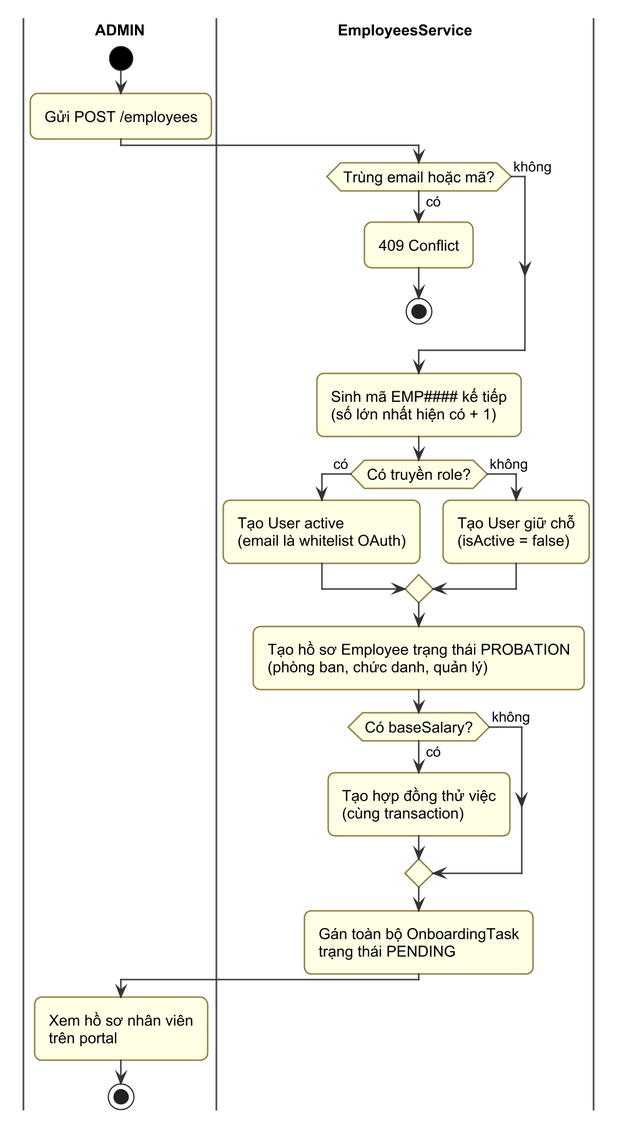
The PlantUML diagram docs/diagrams/H4-11-employee-create.png in NguyenDang182005/khoa-luan, before a commit. Source of this version:
```plantuml
@startuml
skinparamlocked dpi 180
!include _style.iuml
|ADMIN|
start
:Gửi POST /employees;
|EmployeesService|
if (Trùng email hoặc mã?) then (có)
  :409 Conflict;
  stop
else (không)
endif
:Sinh mã EMP#### kế tiếp
(số lớn nhất hiện có + 1);
if (Có truyền role?) then (có)
  :Tạo User active
  (email là whitelist OAuth);
else (không)
  :Tạo User giữ chỗ
  (isActive = false);
endif
:Tạo hồ sơ Employee trạng thái PROBATION
(phòng ban, chức danh, quản lý);
if (Có baseSalary?) then (có)
  :Tạo hợp đồng thử việc
  (cùng transaction);
else (không)
endif
:Gán toàn bộ OnboardingTask
trạng thái PENDING;
|ADMIN|
:Xem hồ sơ nhân viên
trên portal;
stop
@enduml
```
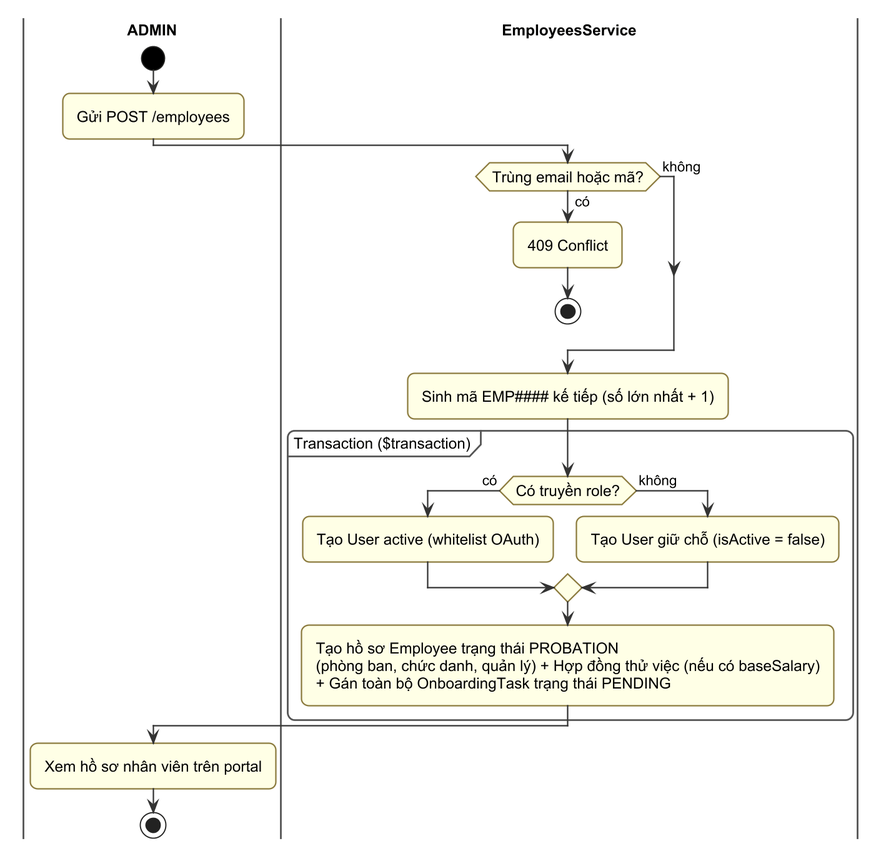
The same file after the commit.

Diff of the diagram source:
```diff
@@ -10,26 +10,18 @@
   stop
 else (không)
 endif
-:Sinh mã EMP#### kế tiếp
-(số lớn nhất hiện có + 1);
-if (Có truyền role?) then (có)
-  :Tạo User active
-  (email là whitelist OAuth);
-else (không)
-  :Tạo User giữ chỗ
-  (isActive = false);
-endif
-:Tạo hồ sơ Employee trạng thái PROBATION
-(phòng ban, chức danh, quản lý);
-if (Có baseSalary?) then (có)
-  :Tạo hợp đồng thử việc
-  (cùng transaction);
-else (không)
-endif
-:Gán toàn bộ OnboardingTask
-trạng thái PENDING;
+:Sinh mã EMP#### kế tiếp (số lớn nhất + 1);
+partition "Transaction ($transaction)" {
+  if (Có truyền role?) then (có)
+    :Tạo User active (whitelist OAuth);
+  else (không)
+    :Tạo User giữ chỗ (isActive = false);
+  endif
+  :Tạo hồ sơ Employee trạng thái PROBATION
+  (phòng ban, chức danh, quản lý) + Hợp đồng thử việc (nếu có baseSalary)
+  + Gán toàn bộ OnboardingTask trạng thái PENDING;
+}
 |ADMIN|
-:Xem hồ sơ nhân viên
-trên portal;
+:Xem hồ sơ nhân viên trên portal;
 stop
 @enduml
```
